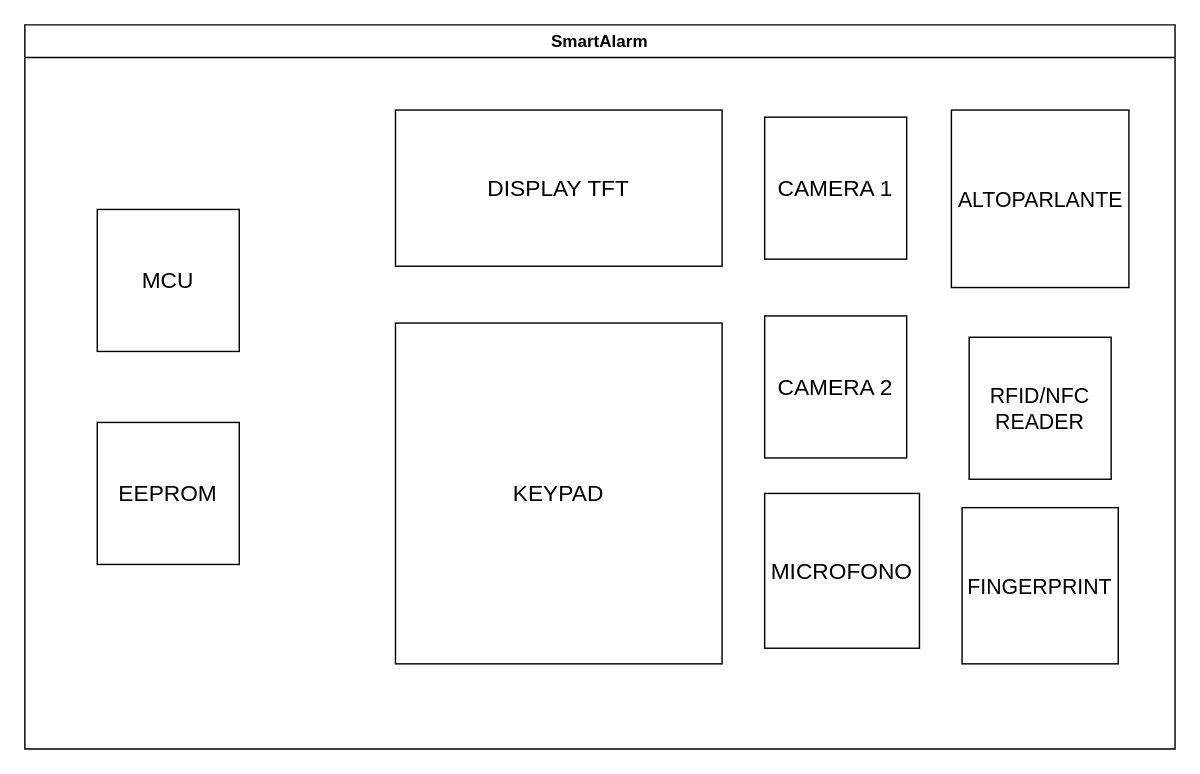
This is SmartAlarm.drawio from gian02-dev/SmartAlarm, a draw.io file, before an edit. Source tidied: cells renumbered, new cells numbered last; positions are measured from the earlier drawing's top-left corner, leaving out a move shared by most shapes. Both pictures are drawn from the tidied source at 142%, with x=0, y=0 at pixel (24, 24).
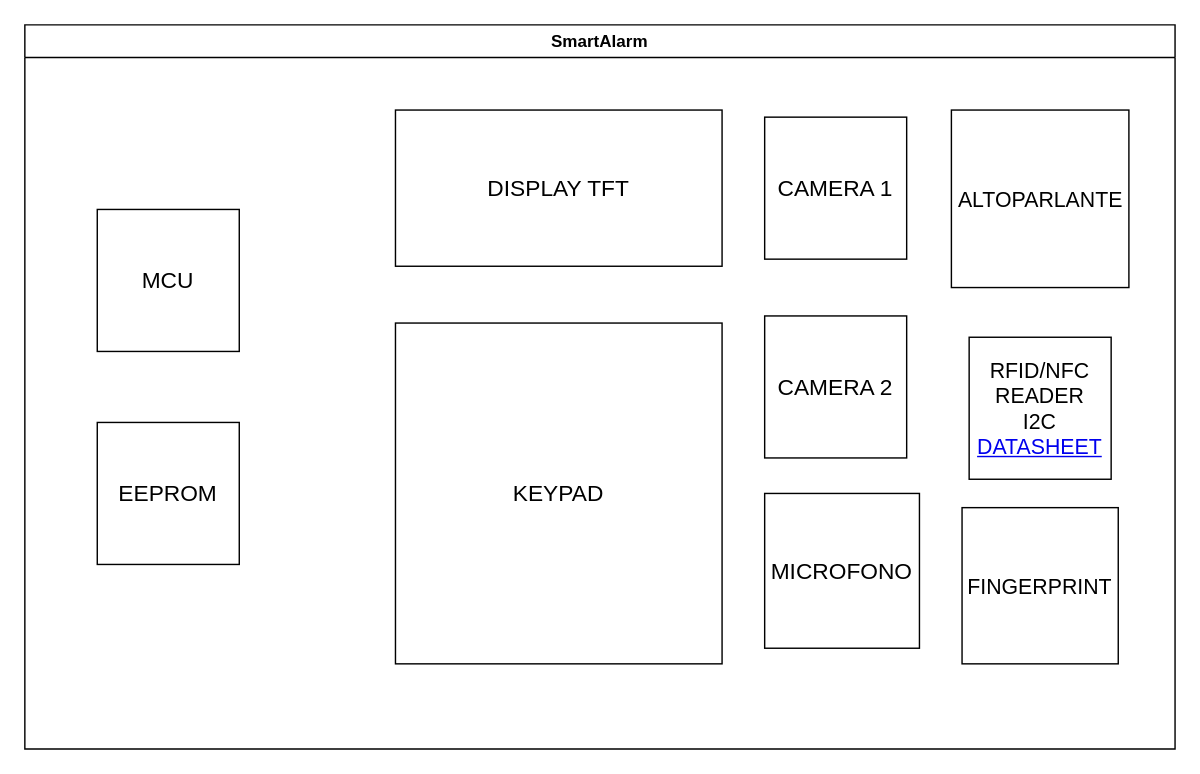
Above is the later version.

What changed in the source:
```diff
@@
 <mxGraphModel>
   <root>
     <mxCell id="0" />
     <mxCell id="1" parent="0" />
     <mxCell id="2" value="SmartAlarm" style="swimlane;whiteSpace=wrap;html=1;" parent="1" vertex="1">
       <mxGeometry width="810" height="510" as="geometry" />
     </mxCell>
-    <mxCell id="3" value="&lt;font style=&quot;font-size: 15px;&quot;&gt;RFID/NFC&lt;br&gt;READER&lt;/font&gt;" style="whiteSpace=wrap;html=1;" parent="2" vertex="1">
+    <mxCell id="3" value="&lt;font style=&quot;font-size: 15px;&quot;&gt;RFID/NFC&lt;br&gt;&lt;/font&gt;&lt;div&gt;&lt;font style=&quot;font-size: 15px;&quot;&gt;READER&lt;/font&gt;&lt;/div&gt;&lt;div&gt;&lt;font style=&quot;font-size: 15px;&quot;&gt;I2C&lt;br&gt;&lt;a href=&quot;https://www.mouser.it/datasheet/2/389/st25dv04kc-2450072.pdf&quot;&gt;DATASHEET&lt;/a&gt;&lt;/font&gt;&lt;/div&gt;" style="whiteSpace=wrap;html=1;" parent="2" vertex="1">
       <mxGeometry x="665" y="220" width="100" height="100" as="geometry" />
     </mxCell>
     <mxCell id="4" value="&lt;font style=&quot;font-size: 15px;&quot;&gt;FINGERPRINT&lt;/font&gt;" style="whiteSpace=wrap;html=1;" parent="2" vertex="1">
       <mxGeometry x="660" y="340" width="110" height="110" as="geometry" />
     </mxCell>
     <mxCell id="5" value="&lt;font style=&quot;font-size: 15px;&quot;&gt;ALTOPARLANTE&lt;/font&gt;" style="whiteSpace=wrap;html=1;" parent="2" vertex="1">
       <mxGeometry x="652.5" y="60" width="125" height="125" as="geometry" />
     </mxCell>
     <mxCell id="6" value="&lt;font style=&quot;font-size: 16px;&quot;&gt;DISPLAY TFT&lt;/font&gt;" style="rounded=0;whiteSpace=wrap;html=1;" parent="2" vertex="1">
       <mxGeometry x="261" y="60" width="230" height="110" as="geometry" />
     </mxCell>
     <mxCell id="7" value="&lt;font style=&quot;font-size: 16px;&quot;&gt;KEYPAD&lt;/font&gt;" style="rounded=0;whiteSpace=wrap;html=1;" parent="2" vertex="1">
       <mxGeometry x="261" y="210" width="230" height="240" as="geometry" />
     </mxCell>
     <mxCell id="8" value="&lt;font style=&quot;font-size: 16px;&quot;&gt;MCU&lt;/font&gt;" style="whiteSpace=wrap;html=1;" parent="2" vertex="1">
       <mxGeometry x="51" y="130" width="100" height="100" as="geometry" />
     </mxCell>
     <mxCell id="9" value="&lt;div&gt;&lt;font style=&quot;font-size: 16px;&quot;&gt;EEPROM&lt;/font&gt;&lt;/div&gt;" style="whiteSpace=wrap;html=1;" parent="2" vertex="1">
       <mxGeometry x="51" y="280" width="100" height="100" as="geometry" />
     </mxCell>
     <mxCell id="10" value="&lt;font style=&quot;font-size: 16px;&quot;&gt;CAMERA 1&lt;/font&gt;" style="whiteSpace=wrap;html=1;" parent="2" vertex="1">
       <mxGeometry x="521" y="65" width="100" height="100" as="geometry" />
     </mxCell>
     <mxCell id="11" value="&lt;div&gt;&lt;font style=&quot;font-size: 16px;&quot;&gt;CAMERA 2&lt;/font&gt;&lt;/div&gt;" style="whiteSpace=wrap;html=1;" parent="2" vertex="1">
       <mxGeometry x="521" y="205" width="100" height="100" as="geometry" />
     </mxCell>
     <mxCell id="12" value="&lt;font style=&quot;font-size: 16px;&quot;&gt;MICROFONO&lt;/font&gt;" style="whiteSpace=wrap;html=1;" parent="2" vertex="1">
       <mxGeometry x="521" y="330" width="109" height="109" as="geometry" />
     </mxCell>
   </root>
 </mxGraphModel>
```
